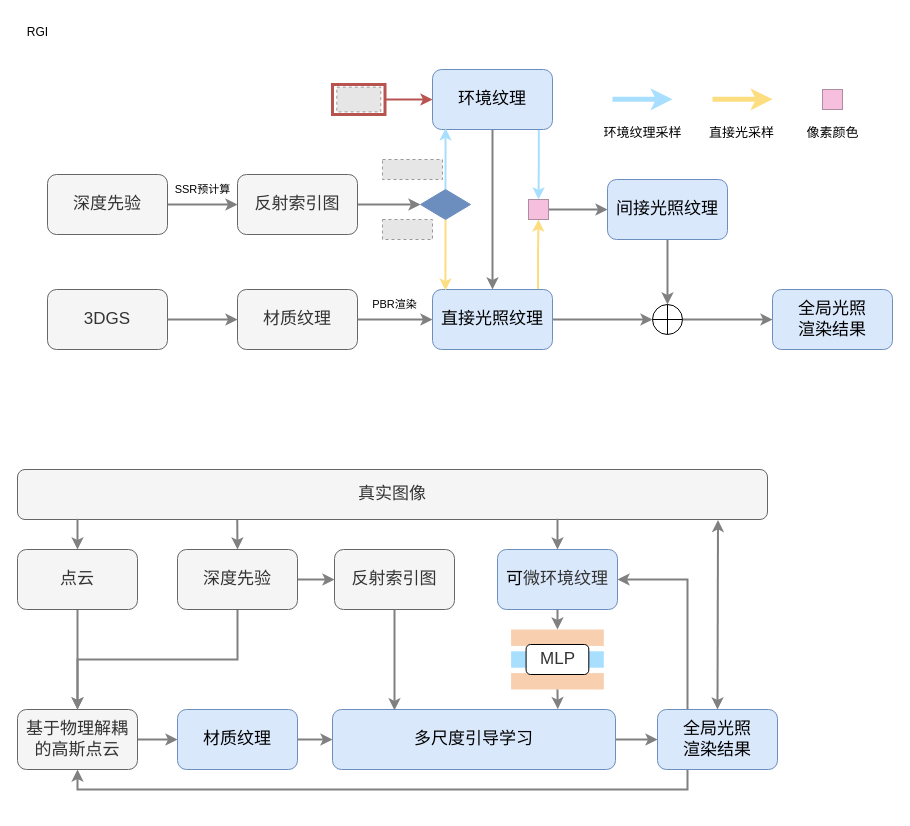
The draw.io diagram mid-term/总体框架（新）.drawio in thEu-suisei/draw_io, before the edit. Source tidied: cells renumbered, new cells numbered last; positions are measured from the earlier drawing's top-left corner, leaving out a move shared by most shapes. Both pictures are drawn from the tidied source at 100%, with x=0, y=0 at pixel (17, 17). Pictures stored in the file or linked from it are replaced by grey dashed boxes.
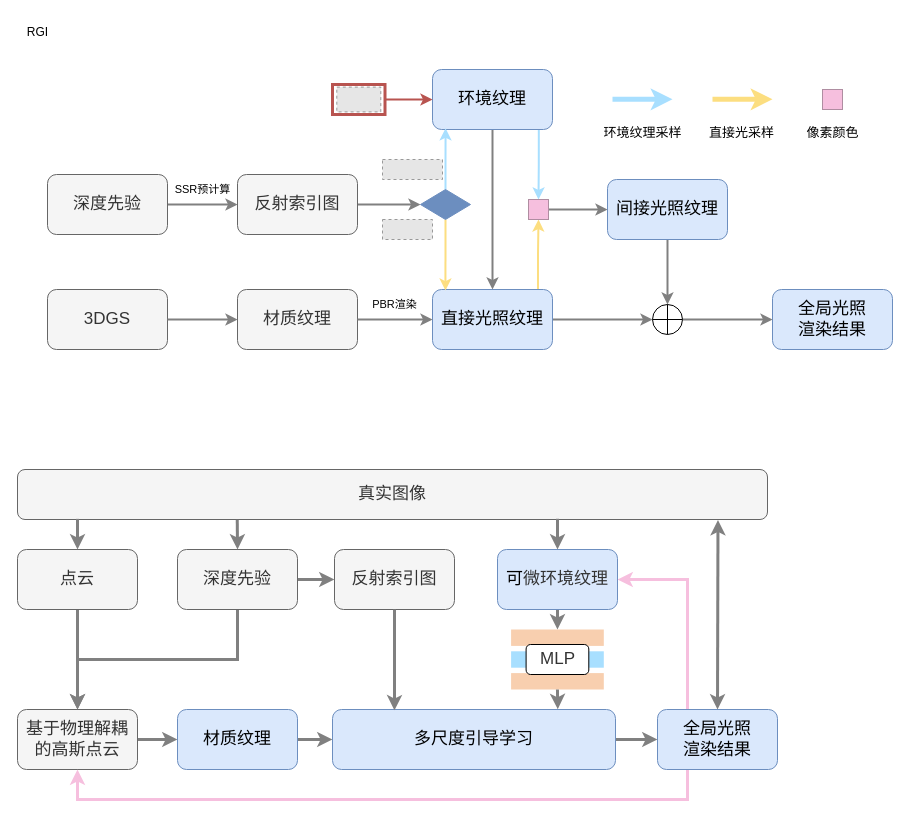
After the change.

Commit message (it also covers changes not shown here):
更新总体框架（新）.drawio

Unchanged cells that the change refers to:
```xml
<mxCell id="42" value="&lt;span style=&quot;font-size: 17px; font-weight: 400;&quot;&gt;真实图像&lt;/span&gt;" style="rounded=1;whiteSpace=wrap;html=1;fillColor=#f5f5f5;fontColor=#333333;strokeColor=#666666;fontStyle=1;" parent="1" vertex="1">
  <mxGeometry y="452" width="750" height="50" as="geometry" />
</mxCell>
<mxCell id="44" value="&lt;span style=&quot;font-size: 17px; font-weight: 400;&quot;&gt;基于物理解耦的高斯点云&lt;/span&gt;" style="rounded=1;whiteSpace=wrap;html=1;fillColor=#f5f5f5;fontColor=#333333;strokeColor=#666666;fontStyle=1;" parent="1" vertex="1">
  <mxGeometry y="692" width="120" height="60" as="geometry" />
</mxCell>
<mxCell id="47" value="&lt;span style=&quot;font-size: 17px; font-weight: 400;&quot;&gt;材质纹理&lt;/span&gt;" style="rounded=1;whiteSpace=wrap;html=1;fillColor=#dae8fc;fontColor=default;strokeColor=#6c8ebf;fontStyle=1;align=center;verticalAlign=middle;fontFamily=Helvetica;fontSize=12;" parent="1" vertex="1">
  <mxGeometry x="160" y="692" width="120" height="60" as="geometry" />
</mxCell>
<mxCell id="50" value="&lt;span style=&quot;font-size: 17px; font-weight: 400;&quot;&gt;全局光照&lt;br&gt;渲染结果&lt;/span&gt;" style="rounded=1;whiteSpace=wrap;html=1;fillColor=#dae8fc;fontColor=default;strokeColor=#6c8ebf;fontStyle=1;align=center;verticalAlign=middle;fontFamily=Helvetica;fontSize=12;" parent="1" vertex="1">
  <mxGeometry x="640" y="692" width="120" height="60" as="geometry" />
</mxCell>
<mxCell id="52" value="&lt;font style=&quot;font-size: 17px;&quot;&gt;多尺度引导学习&lt;/font&gt;" style="rounded=1;whiteSpace=wrap;html=1;fillColor=#dae8fc;strokeColor=#6c8ebf;" parent="1" vertex="1">
  <mxGeometry x="315" y="692" width="283" height="60" as="geometry" />
</mxCell>
<mxCell id="54" style="rounded=0;whiteSpace=wrap;html=1;fillColor=light-dark(#f8cfaf, #ededed);strokeColor=none;gradientColor=none;" parent="53" vertex="1">
  <mxGeometry width="92.7" height="16.4" as="geometry" />
</mxCell>
<mxCell id="55" style="rounded=0;whiteSpace=wrap;html=1;fillColor=light-dark(#f8cfaf, #ededed);strokeColor=none;gradientColor=none;" parent="53" vertex="1">
  <mxGeometry y="43.6" width="92.7" height="16.4" as="geometry" />
</mxCell>
<mxCell id="59" value="&lt;span style=&quot;color: rgb(0, 0, 0); font-size: 17px; font-weight: 400;&quot;&gt;可&lt;/span&gt;&lt;span style=&quot;background-color: transparent; font-size: 17px; font-weight: 400; color: light-dark(rgb(51, 51, 51), rgb(193, 193, 193));&quot;&gt;微&lt;/span&gt;&lt;span style=&quot;background-color: transparent; font-size: 17px; font-weight: 400; color: light-dark(rgb(51, 51, 51), rgb(193, 193, 193));&quot;&gt;环&lt;/span&gt;&lt;span style=&quot;background-color: transparent; font-size: 17px; font-weight: 400; color: light-dark(rgb(51, 51, 51), rgb(193, 193, 193));&quot;&gt;境&lt;/span&gt;&lt;span style=&quot;background-color: transparent; font-size: 17px; font-weight: 400; color: light-dark(rgb(51, 51, 51), rgb(193, 193, 193));&quot;&gt;纹&lt;/span&gt;&lt;span style=&quot;background-color: transparent; font-size: 17px; font-weight: 400; color: light-dark(rgb(51, 51, 51), rgb(193, 193, 193));&quot;&gt;理&lt;/span&gt;" style="rounded=1;whiteSpace=wrap;html=1;fillColor=#dae8fc;fontColor=default;strokeColor=#6c8ebf;fontStyle=1;align=center;verticalAlign=middle;fontFamily=Helvetica;fontSize=12;" parent="1" vertex="1">
  <mxGeometry x="480" y="532" width="120" height="60" as="geometry" />
</mxCell>
<mxCell id="60" value="&lt;span style=&quot;color: rgb(51, 51, 51); font-size: 17px; font-weight: 400;&quot;&gt;反射索引图&lt;/span&gt;" style="rounded=1;whiteSpace=wrap;html=1;fillColor=#f5f5f5;fontColor=#333333;strokeColor=#666666;fontStyle=1;align=center;verticalAlign=middle;fontFamily=Helvetica;fontSize=12;" parent="1" vertex="1">
  <mxGeometry x="317" y="532" width="120" height="60" as="geometry" />
</mxCell>
<mxCell id="63" value="&lt;span style=&quot;color: rgb(51, 51, 51); font-size: 17px; font-weight: 400;&quot;&gt;深度先验&lt;/span&gt;" style="rounded=1;whiteSpace=wrap;html=1;fillColor=#f5f5f5;fontColor=#333333;strokeColor=#666666;fontStyle=1;align=center;verticalAlign=middle;fontFamily=Helvetica;fontSize=12;" parent="1" vertex="1">
  <mxGeometry x="160" y="532" width="120" height="60" as="geometry" />
</mxCell>
<mxCell id="65" value="&lt;span style=&quot;color: rgb(51, 51, 51); font-size: 17px; font-weight: 400;&quot;&gt;点云&lt;/span&gt;" style="rounded=1;whiteSpace=wrap;html=1;fillColor=#f5f5f5;fontColor=#333333;strokeColor=#666666;fontStyle=1;align=center;verticalAlign=middle;fontFamily=Helvetica;fontSize=12;" parent="1" vertex="1">
  <mxGeometry y="532" width="120" height="60" as="geometry" />
</mxCell>
```

Diff of the diagram source:
```diff
@@
-    <mxCell id="43" style="edgeStyle=orthogonalEdgeStyle;rounded=0;jettySize=auto;html=1;exitX=1;exitY=0.5;exitDx=0;exitDy=0;strokeColor=#808080;strokeWidth=2;align=center;verticalAlign=middle;fontFamily=Helvetica;fontSize=11;fontColor=default;labelBackgroundColor=default;endArrow=classic;" parent="1" edge="1" source="44" target="47">
+    <mxCell id="43" style="edgeStyle=orthogonalEdgeStyle;rounded=0;jettySize=auto;html=1;exitX=1;exitY=0.5;exitDx=0;exitDy=0;strokeColor=#808080;strokeWidth=3;align=center;verticalAlign=middle;fontFamily=Helvetica;fontSize=11;fontColor=default;labelBackgroundColor=default;endArrow=classic;" parent="1" edge="1" source="44" target="47">
       <mxGeometry relative="1" as="geometry" />
     </mxCell>
@@
-    <mxCell id="46" style="edgeStyle=orthogonalEdgeStyle;rounded=0;jettySize=auto;html=1;exitX=1;exitY=0.5;exitDx=0;exitDy=0;entryX=0;entryY=0.5;entryDx=0;entryDy=0;strokeColor=#808080;strokeWidth=2;align=center;verticalAlign=middle;fontFamily=Helvetica;fontSize=11;fontColor=default;labelBackgroundColor=default;endArrow=classic;" parent="1" edge="1" source="47" target="52">
+    <mxCell id="46" style="edgeStyle=orthogonalEdgeStyle;rounded=0;jettySize=auto;html=1;exitX=1;exitY=0.5;exitDx=0;exitDy=0;entryX=0;entryY=0.5;entryDx=0;entryDy=0;strokeColor=#808080;strokeWidth=3;align=center;verticalAlign=middle;fontFamily=Helvetica;fontSize=11;fontColor=default;labelBackgroundColor=default;endArrow=classic;" parent="1" edge="1" source="47" target="52">
       <mxGeometry relative="1" as="geometry" />
     </mxCell>
@@
-    <mxCell id="48" style="edgeStyle=orthogonalEdgeStyle;rounded=0;jettySize=auto;html=1;exitX=0.25;exitY=0;exitDx=0;exitDy=0;entryX=1;entryY=0.5;entryDx=0;entryDy=0;strokeColor=#808080;strokeWidth=2;align=center;verticalAlign=middle;fontFamily=Helvetica;fontSize=11;fontColor=default;labelBackgroundColor=default;endArrow=classic;" parent="1" edge="1" source="50" target="59">
+    <mxCell id="48" style="edgeStyle=orthogonalEdgeStyle;rounded=0;jettySize=auto;html=1;exitX=0.25;exitY=0;exitDx=0;exitDy=0;entryX=1;entryY=0.5;entryDx=0;entryDy=0;strokeColor=light-dark(#f6bfde, #7f7f7f);strokeWidth=3;align=center;verticalAlign=middle;fontFamily=Helvetica;fontSize=11;fontColor=default;labelBackgroundColor=default;endArrow=classic;" parent="1" edge="1" source="50" target="59">
       <mxGeometry relative="1" as="geometry" />
     </mxCell>
-    <mxCell id="49" style="edgeStyle=orthogonalEdgeStyle;rounded=0;jettySize=auto;html=1;exitX=0.25;exitY=1;exitDx=0;exitDy=0;entryX=0.5;entryY=1;entryDx=0;entryDy=0;strokeColor=#808080;strokeWidth=2;align=center;verticalAlign=middle;fontFamily=Helvetica;fontSize=11;fontColor=default;labelBackgroundColor=default;endArrow=classic;" parent="1" edge="1" source="50" target="44">
-      <mxGeometry relative="1" as="geometry" />
+    <mxCell id="49" style="edgeStyle=orthogonalEdgeStyle;rounded=0;jettySize=auto;html=1;exitX=0.25;exitY=1;exitDx=0;exitDy=0;entryX=0.5;entryY=1;entryDx=0;entryDy=0;strokeColor=light-dark(#f6bfde, #7f7f7f);strokeWidth=3;align=center;verticalAlign=middle;fontFamily=Helvetica;fontSize=11;fontColor=default;labelBackgroundColor=default;endArrow=classic;" parent="1" edge="1" source="50" target="44">
+      <mxGeometry relative="1" as="geometry">
+        <Array as="points">
+          <mxPoint x="670" y="782" />
+          <mxPoint x="60" y="782" />
+        </Array>
+      </mxGeometry>
     </mxCell>
@@
-    <mxCell id="51" style="edgeStyle=orthogonalEdgeStyle;rounded=0;jettySize=auto;html=1;exitX=1;exitY=0.5;exitDx=0;exitDy=0;entryX=0;entryY=0.5;entryDx=0;entryDy=0;strokeColor=#808080;strokeWidth=2;align=center;verticalAlign=middle;fontFamily=Helvetica;fontSize=11;fontColor=default;labelBackgroundColor=default;endArrow=classic;" parent="1" edge="1" source="52" target="50">
+    <mxCell id="51" style="edgeStyle=orthogonalEdgeStyle;rounded=0;jettySize=auto;html=1;exitX=1;exitY=0.5;exitDx=0;exitDy=0;entryX=0;entryY=0.5;entryDx=0;entryDy=0;strokeColor=#808080;strokeWidth=3;align=center;verticalAlign=middle;fontFamily=Helvetica;fontSize=11;fontColor=default;labelBackgroundColor=default;endArrow=classic;" parent="1" edge="1" source="52" target="50">
       <mxGeometry relative="1" as="geometry" />
     </mxCell>
@@
-    <mxCell id="58" style="edgeStyle=orthogonalEdgeStyle;rounded=0;jettySize=auto;html=1;exitX=0.5;exitY=1;exitDx=0;exitDy=0;entryX=0.5;entryY=0;entryDx=0;entryDy=0;strokeColor=#808080;strokeWidth=2;align=center;verticalAlign=middle;fontFamily=Helvetica;fontSize=11;fontColor=default;labelBackgroundColor=default;endArrow=classic;" parent="1" edge="1" source="59" target="54">
+    <mxCell id="58" style="edgeStyle=orthogonalEdgeStyle;rounded=0;jettySize=auto;html=1;exitX=0.5;exitY=1;exitDx=0;exitDy=0;entryX=0.5;entryY=0;entryDx=0;entryDy=0;strokeColor=#808080;strokeWidth=3;align=center;verticalAlign=middle;fontFamily=Helvetica;fontSize=11;fontColor=default;labelBackgroundColor=default;endArrow=classic;" parent="1" edge="1" source="59" target="54">
       <mxGeometry relative="1" as="geometry" />
     </mxCell>
@@
-    <mxCell id="61" style="edgeStyle=orthogonalEdgeStyle;rounded=0;jettySize=auto;html=1;exitX=1;exitY=0.5;exitDx=0;exitDy=0;entryX=0;entryY=0.5;entryDx=0;entryDy=0;strokeColor=#808080;strokeWidth=2;align=center;verticalAlign=middle;fontFamily=Helvetica;fontSize=11;fontColor=default;labelBackgroundColor=default;endArrow=classic;" parent="1" edge="1" source="63" target="60">
+    <mxCell id="61" style="edgeStyle=orthogonalEdgeStyle;rounded=0;jettySize=auto;html=1;exitX=1;exitY=0.5;exitDx=0;exitDy=0;entryX=0;entryY=0.5;entryDx=0;entryDy=0;strokeColor=#808080;strokeWidth=3;align=center;verticalAlign=middle;fontFamily=Helvetica;fontSize=11;fontColor=default;labelBackgroundColor=default;endArrow=classic;" parent="1" edge="1" source="63" target="60">
       <mxGeometry relative="1" as="geometry" />
     </mxCell>
-    <mxCell id="62" style="edgeStyle=orthogonalEdgeStyle;rounded=0;jettySize=auto;html=1;exitX=0.5;exitY=1;exitDx=0;exitDy=0;entryX=0.5;entryY=0;entryDx=0;entryDy=0;strokeColor=#808080;strokeWidth=2;align=center;verticalAlign=middle;fontFamily=Helvetica;fontSize=11;fontColor=default;labelBackgroundColor=default;endArrow=classic;" parent="1" edge="1" source="63" target="44">
+    <mxCell id="62" style="edgeStyle=orthogonalEdgeStyle;rounded=0;jettySize=auto;html=1;exitX=0.5;exitY=1;exitDx=0;exitDy=0;entryX=0.5;entryY=0;entryDx=0;entryDy=0;strokeColor=#808080;strokeWidth=3;align=center;verticalAlign=middle;fontFamily=Helvetica;fontSize=11;fontColor=default;labelBackgroundColor=default;endArrow=classic;" parent="1" edge="1" source="63" target="44">
       <mxGeometry relative="1" as="geometry" />
     </mxCell>
@@
-    <mxCell id="64" style="edgeStyle=orthogonalEdgeStyle;rounded=0;jettySize=auto;html=1;exitX=0.5;exitY=1;exitDx=0;exitDy=0;entryX=0.5;entryY=0;entryDx=0;entryDy=0;strokeColor=#808080;strokeWidth=2;align=center;verticalAlign=middle;fontFamily=Helvetica;fontSize=11;fontColor=default;labelBackgroundColor=default;endArrow=classic;" parent="1" edge="1" source="65" target="44">
+    <mxCell id="64" style="edgeStyle=orthogonalEdgeStyle;rounded=0;jettySize=auto;html=1;exitX=0.5;exitY=1;exitDx=0;exitDy=0;entryX=0.5;entryY=0;entryDx=0;entryDy=0;strokeColor=#808080;strokeWidth=3;align=center;verticalAlign=middle;fontFamily=Helvetica;fontSize=11;fontColor=default;labelBackgroundColor=default;endArrow=classic;" parent="1" edge="1" source="65" target="44">
       <mxGeometry relative="1" as="geometry" />
     </mxCell>
@@
-    <mxCell id="66" style="edgeStyle=orthogonalEdgeStyle;rounded=0;jettySize=auto;html=1;exitX=0.08;exitY=0.987;exitDx=0;exitDy=0;entryX=0.5;entryY=0;entryDx=0;entryDy=0;exitPerimeter=0;strokeColor=#808080;strokeWidth=2;align=center;verticalAlign=middle;fontFamily=Helvetica;fontSize=11;fontColor=default;labelBackgroundColor=default;endArrow=classic;" parent="1" edge="1" source="42" target="65">
+    <mxCell id="66" style="edgeStyle=orthogonalEdgeStyle;rounded=0;jettySize=auto;html=1;exitX=0.08;exitY=0.987;exitDx=0;exitDy=0;entryX=0.5;entryY=0;entryDx=0;entryDy=0;exitPerimeter=0;strokeColor=#808080;strokeWidth=3;align=center;verticalAlign=middle;fontFamily=Helvetica;fontSize=11;fontColor=default;labelBackgroundColor=default;endArrow=classic;" parent="1" edge="1" source="42" target="65">
       <mxGeometry relative="1" as="geometry" />
     </mxCell>
-    <mxCell id="67" style="edgeStyle=orthogonalEdgeStyle;rounded=0;jettySize=auto;html=1;exitX=0.293;exitY=1.005;exitDx=0;exitDy=0;entryX=0.5;entryY=0;entryDx=0;entryDy=0;exitPerimeter=0;strokeColor=#808080;strokeWidth=2;align=center;verticalAlign=middle;fontFamily=Helvetica;fontSize=11;fontColor=default;labelBackgroundColor=default;endArrow=classic;" parent="1" edge="1" source="42" target="63">
+    <mxCell id="67" style="edgeStyle=orthogonalEdgeStyle;rounded=0;jettySize=auto;html=1;exitX=0.293;exitY=1.005;exitDx=0;exitDy=0;entryX=0.5;entryY=0;entryDx=0;entryDy=0;exitPerimeter=0;strokeColor=#808080;strokeWidth=3;align=center;verticalAlign=middle;fontFamily=Helvetica;fontSize=11;fontColor=default;labelBackgroundColor=default;endArrow=classic;" parent="1" edge="1" source="42" target="63">
       <mxGeometry relative="1" as="geometry" />
     </mxCell>
-    <mxCell id="68" style="edgeStyle=orthogonalEdgeStyle;rounded=0;jettySize=auto;html=1;exitX=0.72;exitY=0.985;exitDx=0;exitDy=0;entryX=0.5;entryY=0;entryDx=0;entryDy=0;exitPerimeter=0;strokeColor=#808080;strokeWidth=2;align=center;verticalAlign=middle;fontFamily=Helvetica;fontSize=11;fontColor=default;labelBackgroundColor=default;endArrow=classic;" parent="1" edge="1" source="42" target="59">
+    <mxCell id="68" style="edgeStyle=orthogonalEdgeStyle;rounded=0;jettySize=auto;html=1;exitX=0.72;exitY=0.985;exitDx=0;exitDy=0;entryX=0.5;entryY=0;entryDx=0;entryDy=0;exitPerimeter=0;strokeColor=#808080;strokeWidth=3;align=center;verticalAlign=middle;fontFamily=Helvetica;fontSize=11;fontColor=default;labelBackgroundColor=default;endArrow=classic;" parent="1" edge="1" source="42" target="59">
       <mxGeometry relative="1" as="geometry" />
     </mxCell>
-    <mxCell id="69" style="edgeStyle=orthogonalEdgeStyle;rounded=0;jettySize=auto;html=1;exitX=0.5;exitY=1;exitDx=0;exitDy=0;entryX=0.796;entryY=-0.006;entryDx=0;entryDy=0;entryPerimeter=0;strokeColor=#808080;strokeWidth=2;align=center;verticalAlign=middle;fontFamily=Helvetica;fontSize=11;fontColor=default;labelBackgroundColor=default;endArrow=classic;" parent="1" edge="1" source="55" target="52">
+    <mxCell id="69" style="edgeStyle=orthogonalEdgeStyle;rounded=0;jettySize=auto;html=1;exitX=0.5;exitY=1;exitDx=0;exitDy=0;entryX=0.796;entryY=-0.006;entryDx=0;entryDy=0;entryPerimeter=0;strokeColor=#808080;strokeWidth=3;align=center;verticalAlign=middle;fontFamily=Helvetica;fontSize=11;fontColor=default;labelBackgroundColor=default;endArrow=classic;" parent="1" edge="1" source="55" target="52">
       <mxGeometry relative="1" as="geometry" />
     </mxCell>
-    <mxCell id="70" style="endArrow=classic;startArrow=classic;html=1;rounded=0;entryX=0.934;entryY=1.009;entryDx=0;entryDy=0;entryPerimeter=0;exitX=0.5;exitY=0;exitDx=0;exitDy=0;strokeColor=#808080;strokeWidth=2;align=center;verticalAlign=middle;fontFamily=Helvetica;fontSize=11;fontColor=default;labelBackgroundColor=default;" parent="1" edge="1" source="50" target="42">
+    <mxCell id="70" style="endArrow=classic;startArrow=classic;html=1;rounded=0;entryX=0.934;entryY=1.009;entryDx=0;entryDy=0;entryPerimeter=0;exitX=0.5;exitY=0;exitDx=0;exitDy=0;strokeColor=#808080;strokeWidth=3;align=center;verticalAlign=middle;fontFamily=Helvetica;fontSize=11;fontColor=default;labelBackgroundColor=default;" parent="1" edge="1" source="50" target="42">
       <mxGeometry relative="1" as="geometry" />
     </mxCell>
-    <mxCell id="71" style="edgeStyle=orthogonalEdgeStyle;rounded=0;jettySize=auto;html=1;exitX=0.5;exitY=1;exitDx=0;exitDy=0;entryX=0.219;entryY=0.014;entryDx=0;entryDy=0;entryPerimeter=0;strokeColor=#808080;strokeWidth=2;align=center;verticalAlign=middle;fontFamily=Helvetica;fontSize=11;fontColor=default;labelBackgroundColor=default;endArrow=classic;" parent="1" edge="1" source="60" target="52">
+    <mxCell id="71" style="edgeStyle=orthogonalEdgeStyle;rounded=0;jettySize=auto;html=1;exitX=0.5;exitY=1;exitDx=0;exitDy=0;entryX=0.219;entryY=0.014;entryDx=0;entryDy=0;entryPerimeter=0;strokeColor=#808080;strokeWidth=3;align=center;verticalAlign=middle;fontFamily=Helvetica;fontSize=11;fontColor=default;labelBackgroundColor=default;endArrow=classic;" parent="1" edge="1" source="60" target="52">
       <mxGeometry relative="1" as="geometry" />
     </mxCell>
```
